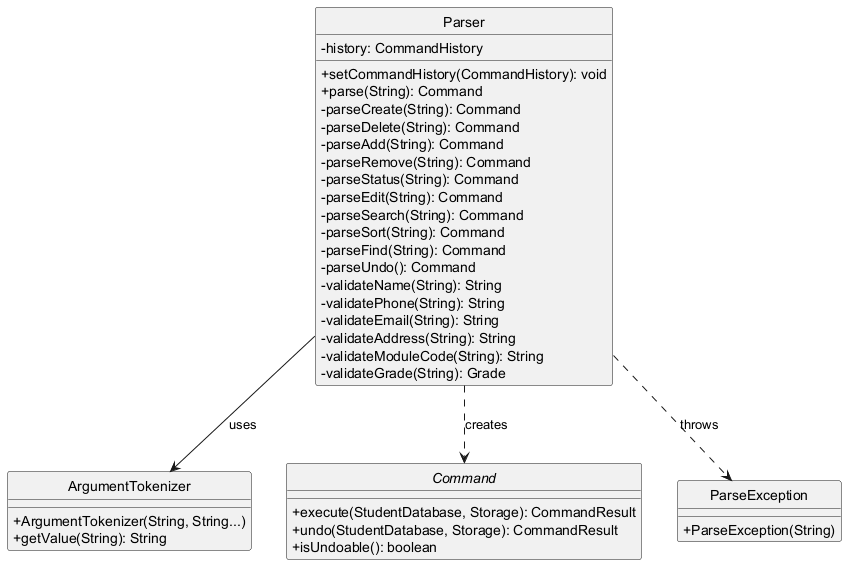
Above: docs/images/ParserClassDiagram.png in AgaraNUS/tp (PlantUML), before the change.
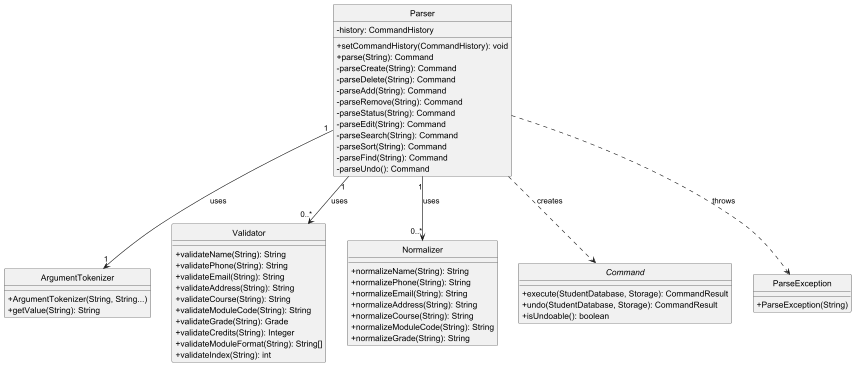
After the change.

Commit message:
update parser and student class diagrams

Change to the diagram source:
```diff
@@ -16,17 +16,34 @@
     -parseSort(String): Command
     -parseFind(String): Command
     -parseUndo(): Command
-    -validateName(String): String
-    -validatePhone(String): String
-    -validateEmail(String): String
-    -validateAddress(String): String
-    -validateModuleCode(String): String
-    -validateGrade(String): Grade
 }
 
 class ArgumentTokenizer {
     +ArgumentTokenizer(String, String...)
     +getValue(String): String
+}
+
+class Validator {
+    +validateName(String): String
+    +validatePhone(String): String
+    +validateEmail(String): String
+    +validateAddress(String): String
+    +validateCourse(String): String
+    +validateModuleCode(String): String
+    +validateGrade(String): Grade
+    +validateCredits(String): Integer
+    +validateModuleFormat(String): String[]
+    +validateIndex(String): int
+}
+
+class Normalizer {
+    +normalizeName(String): String
+    +normalizePhone(String): String
+    +normalizeEmail(String): String
+    +normalizeAddress(String): String
+    +normalizeCourse(String): String
+    +normalizeModuleCode(String): String
+    +normalizeGrade(String): String
 }
 
 interface Command {
@@ -39,7 +56,11 @@
     +ParseException(String)
 }
 
-Parser --> ArgumentTokenizer : uses
-Parser ..> Command : creates
-Parser ..> ParseException : throws
+Parser "1" --> "1" ArgumentTokenizer : uses
+Parser  ..>  Command : creates
+Parser  ..>  ParseException : throws
+
+Parser "1" --> "0..*" Validator : uses
+Parser "1" --> "0..*" Normalizer : uses
+
 @enduml
```
